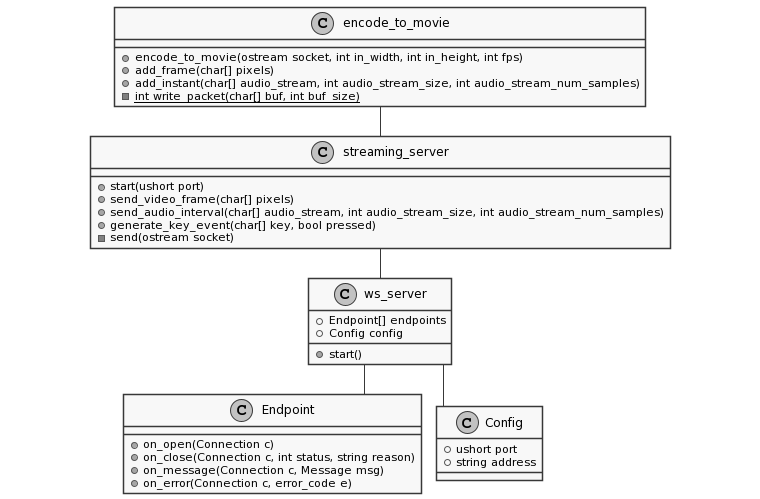
The PlantUML diagram Streaming/Tesi/immagini/class_server_and_encoding.png in mikymaione/MAMEStreamingPlatform, before a commit. Its source is kept beside it as Streaming/UML/class_server_and_encoding.puml.
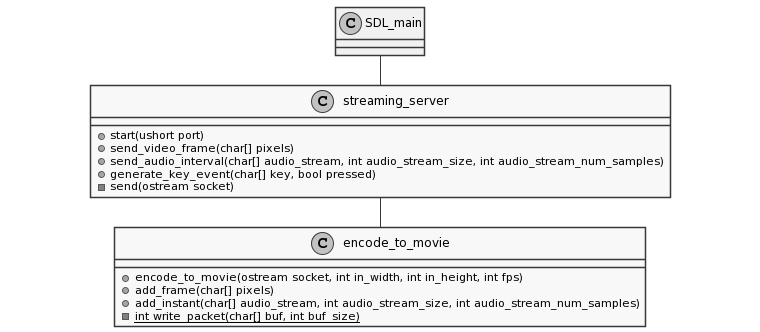
After the commit.

Commit message:
aggiunto uml dello streaming

Diff of the diagram source:
```diff
@@ -7,6 +7,9 @@
 skinparam nodesep 15
 skinparam ranksep 30
 
+class SDL_main #Linen
+SDL_main -- streaming_server
+
 class encode_to_movie {
 	+encode_to_movie(ostream socket, int in_width, int in_height, int fps)
 	+add_frame(char[] pixels)
@@ -14,7 +17,7 @@
 	-{static} int write_packet(char[] buf, int buf_size)
 }
 
-streaming_server -u- encode_to_movie
+streaming_server -- encode_to_movie
 
 class streaming_server {
 	+start(ushort port)
@@ -23,27 +26,4 @@
 	+generate_key_event(char[] key, bool pressed)
 	-send(ostream socket)
 }
-
-streaming_server -- ws_server
-
-class ws_server {
-	+Endpoint[] endpoints
-	+Config config
-	+start()
-}
-
-class Endpoint {
-	+on_open(Connection c)
-	+on_close(Connection c, int status, string reason)
-	+on_message(Connection c, Message msg)
-	+on_error(Connection c, error_code e)
-}
-
-ws_server -- Endpoint
-ws_server -- Config
-
-class Config {
-	+ushort port
-	+string address
-}
 @enduml
```
